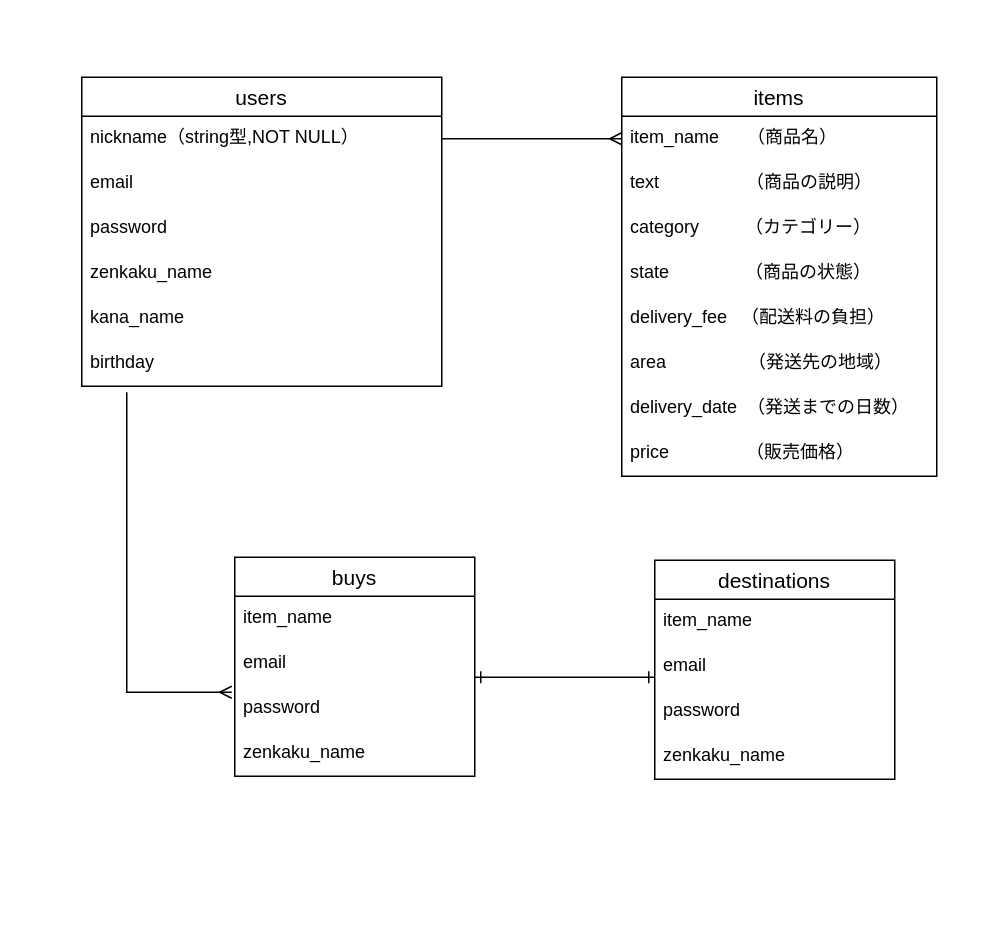
starlikeleo/furima-30944 keeps this draw.io diagram as furima.dio. Above is the earlier version. Source tidied: cells renumbered, new cells numbered last; positions are measured from the earlier drawing's top-left corner, leaving out a move shared by most shapes. Both pictures are drawn from the tidied source at 150%, with x=0, y=0 at pixel (81, 76).
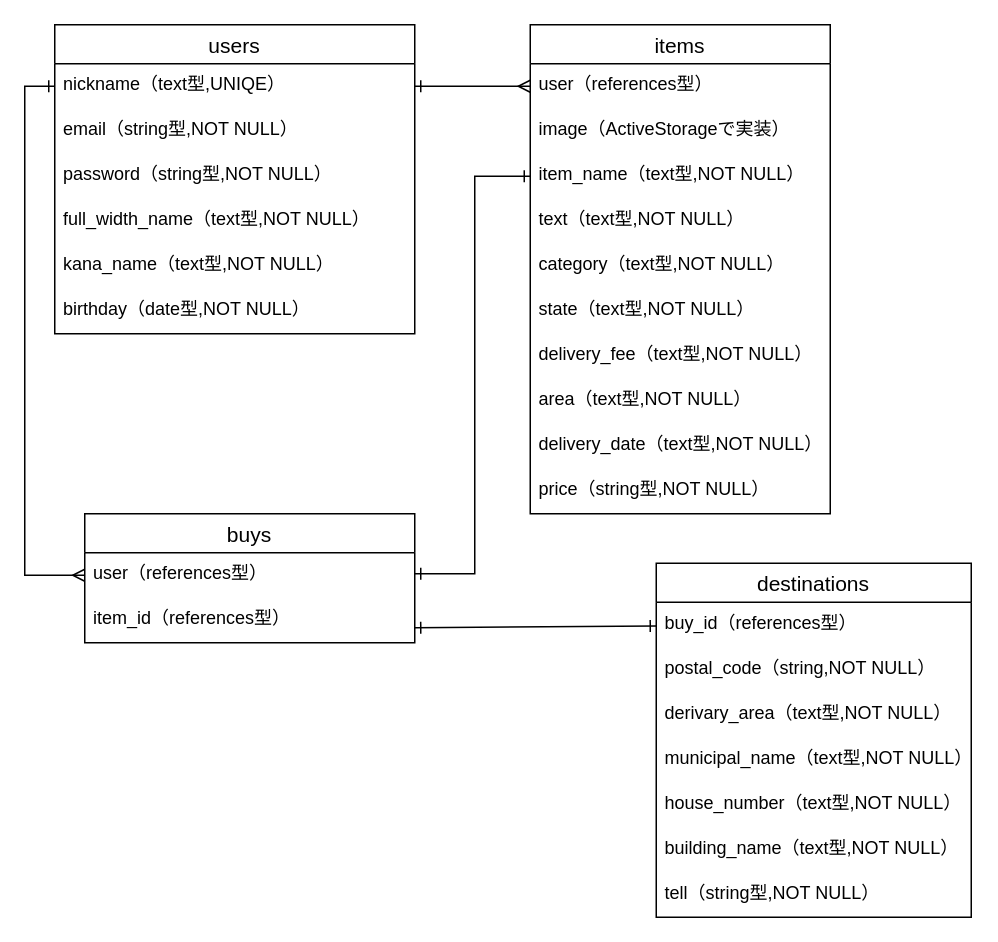
Above is the later version.

Commit message (it also covers changes not shown here):
ER作成、REDME記入

Change to the diagram source:
```diff
@@
     <mxCell id="2" value="users" style="swimlane;fontStyle=0;horizontal=1;startSize=26;align=center;fontSize=14;" parent="1" vertex="1">
-      <mxGeometry width="240" height="206" as="geometry" />
+      <mxGeometry x="-18" y="-35" width="240" height="206" as="geometry" />
     </mxCell>
-    <mxCell id="3" value="nickname（string型,NOT NULL）" style="text;strokeColor=none;fillColor=none;spacingLeft=4;spacingRight=4;overflow=hidden;points=[[0,0.5],[1,0.5]];portConstraint=eastwest;fontSize=12;" parent="2" vertex="1">
+    <mxCell id="3" value="nickname（text型,UNIQE）" style="text;strokeColor=none;fillColor=none;spacingLeft=4;spacingRight=4;overflow=hidden;points=[[0,0.5],[1,0.5]];portConstraint=eastwest;fontSize=12;" parent="2" vertex="1">
       <mxGeometry y="26" width="240" height="30" as="geometry" />
     </mxCell>
-    <mxCell id="4" value="email" style="text;strokeColor=none;fillColor=none;spacingLeft=4;spacingRight=4;overflow=hidden;fontSize=12;" parent="2" vertex="1">
+    <mxCell id="4" value="email（string型,NOT NULL）" style="text;strokeColor=none;fillColor=none;spacingLeft=4;spacingRight=4;overflow=hidden;fontSize=12;" parent="2" vertex="1">
       <mxGeometry y="56" width="240" height="30" as="geometry" />
     </mxCell>
-    <mxCell id="5" value="password" style="text;strokeColor=none;fillColor=none;spacingLeft=4;spacingRight=4;overflow=hidden;fontSize=12;" parent="2" vertex="1">
+    <mxCell id="5" value="password（string型,NOT NULL）" style="text;strokeColor=none;fillColor=none;spacingLeft=4;spacingRight=4;overflow=hidden;fontSize=12;" parent="2" vertex="1">
       <mxGeometry y="86" width="240" height="30" as="geometry" />
     </mxCell>
-    <mxCell id="6" value="zenkaku_name" style="text;strokeColor=none;fillColor=none;spacingLeft=4;spacingRight=4;overflow=hidden;fontSize=12;" parent="2" vertex="1">
+    <mxCell id="6" value="full_width_name（text型,NOT NULL）" style="text;strokeColor=none;fillColor=none;spacingLeft=4;spacingRight=4;overflow=hidden;fontSize=12;" parent="2" vertex="1">
       <mxGeometry y="116" width="240" height="30" as="geometry" />
     </mxCell>
-    <mxCell id="7" value="kana_name" style="text;strokeColor=none;fillColor=none;spacingLeft=4;spacingRight=4;overflow=hidden;fontSize=12;" parent="2" vertex="1">
+    <mxCell id="7" value="kana_name（text型,NOT NULL）" style="text;strokeColor=none;fillColor=none;spacingLeft=4;spacingRight=4;overflow=hidden;fontSize=12;" parent="2" vertex="1">
       <mxGeometry y="146" width="240" height="30" as="geometry" />
     </mxCell>
-    <mxCell id="8" value="birthday" style="text;strokeColor=none;fillColor=none;spacingLeft=4;spacingRight=4;overflow=hidden;fontSize=12;" parent="2" vertex="1">
+    <mxCell id="8" value="birthday（date型,NOT NULL）" style="text;strokeColor=none;fillColor=none;spacingLeft=4;spacingRight=4;overflow=hidden;fontSize=12;" parent="2" vertex="1">
       <mxGeometry y="176" width="240" height="30" as="geometry" />
     </mxCell>
     <mxCell id="9" value="items" style="swimlane;fontStyle=0;horizontal=1;startSize=26;align=center;fontSize=14;" parent="1" vertex="1">
-      <mxGeometry x="360" width="210" height="266" as="geometry" />
+      <mxGeometry x="299" y="-35" width="200" height="326" as="geometry" />
     </mxCell>
+    <mxCell id="32" value="user（references型）" style="text;strokeColor=none;fillColor=none;spacingLeft=4;spacingRight=4;overflow=hidden;points=[[0,0.5],[1,0.5]];portConstraint=eastwest;fontSize=12;" parent="9" vertex="1">
+      <mxGeometry y="26" width="200" height="30" as="geometry" />
+    </mxCell>
-    <mxCell id="10" value="item_name　  （商品名）" style="text;strokeColor=none;fillColor=none;spacingLeft=4;spacingRight=4;overflow=hidden;points=[[0,0.5],[1,0.5]];portConstraint=eastwest;fontSize=12;" parent="9" vertex="1">
-      <mxGeometry y="26" width="210" height="30" as="geometry" />
+    <mxCell id="10" value="image（ActiveStorageで実装）" style="text;strokeColor=none;fillColor=none;spacingLeft=4;spacingRight=4;overflow=hidden;points=[[0,0.5],[1,0.5]];portConstraint=eastwest;fontSize=12;" parent="9" vertex="1">
+      <mxGeometry y="56" width="200" height="30" as="geometry" />
     </mxCell>
+    <mxCell id="33" value="item_name（text型,NOT NULL）" style="text;strokeColor=none;fillColor=none;spacingLeft=4;spacingRight=4;overflow=hidden;points=[[0,0.5],[1,0.5]];portConstraint=eastwest;fontSize=12;" parent="9" vertex="1">
+      <mxGeometry y="86" width="200" height="30" as="geometry" />
+    </mxCell>
-    <mxCell id="11" value="text　　　　   （商品の説明）" style="text;strokeColor=none;fillColor=none;spacingLeft=4;spacingRight=4;overflow=hidden;fontSize=12;" parent="9" vertex="1">
-      <mxGeometry y="56" width="210" height="30" as="geometry" />
+    <mxCell id="11" value="text（text型,NOT NULL）" style="text;strokeColor=none;fillColor=none;spacingLeft=4;spacingRight=4;overflow=hidden;fontSize=12;" parent="9" vertex="1">
+      <mxGeometry y="116" width="200" height="30" as="geometry" />
     </mxCell>
-    <mxCell id="12" value="category　　  （カテゴリー）" style="text;strokeColor=none;fillColor=none;spacingLeft=4;spacingRight=4;overflow=hidden;points=[[0,0.5],[1,0.5]];portConstraint=eastwest;fontSize=12;" parent="9" vertex="1">
-      <mxGeometry y="86" width="210" height="30" as="geometry" />
+    <mxCell id="12" value="category（text型,NOT NULL）" style="text;strokeColor=none;fillColor=none;spacingLeft=4;spacingRight=4;overflow=hidden;points=[[0,0.5],[1,0.5]];portConstraint=eastwest;fontSize=12;" parent="9" vertex="1">
+      <mxGeometry y="146" width="200" height="30" as="geometry" />
     </mxCell>
-    <mxCell id="13" value="state　      　  （商品の状態）" style="text;strokeColor=none;fillColor=none;spacingLeft=4;spacingRight=4;overflow=hidden;fontSize=12;" parent="9" vertex="1">
-      <mxGeometry y="116" width="210" height="30" as="geometry" />
+    <mxCell id="13" value="state（text型,NOT NULL）" style="text;strokeColor=none;fillColor=none;spacingLeft=4;spacingRight=4;overflow=hidden;fontSize=12;" parent="9" vertex="1">
+      <mxGeometry y="176" width="200" height="30" as="geometry" />
     </mxCell>
-    <mxCell id="14" value="delivery_fee 　（配送料の負担）" style="text;strokeColor=none;fillColor=none;spacingLeft=4;spacingRight=4;overflow=hidden;fontSize=12;" parent="9" vertex="1">
-      <mxGeometry y="146" width="210" height="30" as="geometry" />
+    <mxCell id="14" value="delivery_fee（text型,NOT NULL）" style="text;strokeColor=none;fillColor=none;spacingLeft=4;spacingRight=4;overflow=hidden;fontSize=12;" parent="9" vertex="1">
+      <mxGeometry y="206" width="200" height="30" as="geometry" />
     </mxCell>
-    <mxCell id="15" value="area　　　　  （発送先の地域）" style="text;strokeColor=none;fillColor=none;spacingLeft=4;spacingRight=4;overflow=hidden;fontSize=12;" parent="9" vertex="1">
-      <mxGeometry y="176" width="210" height="30" as="geometry" />
+    <mxCell id="15" value="area（text型,NOT NULL）" style="text;strokeColor=none;fillColor=none;spacingLeft=4;spacingRight=4;overflow=hidden;fontSize=12;" parent="9" vertex="1">
+      <mxGeometry y="236" width="200" height="30" as="geometry" />
     </mxCell>
-    <mxCell id="16" value="delivery_date  （発送までの日数）" style="text;strokeColor=none;fillColor=none;spacingLeft=4;spacingRight=4;overflow=hidden;fontSize=12;" parent="9" vertex="1">
-      <mxGeometry y="206" width="210" height="30" as="geometry" />
+    <mxCell id="16" value="delivery_date（text型,NOT NULL）" style="text;strokeColor=none;fillColor=none;spacingLeft=4;spacingRight=4;overflow=hidden;fontSize=12;" parent="9" vertex="1">
+      <mxGeometry y="266" width="200" height="30" as="geometry" />
     </mxCell>
-    <mxCell id="17" value="price　　　　 （販売価格）" style="text;strokeColor=none;fillColor=none;spacingLeft=4;spacingRight=4;overflow=hidden;fontSize=12;" parent="9" vertex="1">
-      <mxGeometry y="236" width="210" height="30" as="geometry" />
+    <mxCell id="17" value="price（string型,NOT NULL）" style="text;strokeColor=none;fillColor=none;spacingLeft=4;spacingRight=4;overflow=hidden;fontSize=12;" parent="9" vertex="1">
+      <mxGeometry y="296" width="200" height="30" as="geometry" />
     </mxCell>
@@
     <mxCell id="19" value="buys" style="swimlane;fontStyle=0;horizontal=1;startSize=26;align=center;fontSize=14;" parent="1" vertex="1">
-      <mxGeometry x="102" y="320" width="160" height="146" as="geometry" />
+      <mxGeometry x="2" y="291" width="220" height="86" as="geometry" />
     </mxCell>
-    <mxCell id="20" value="item_name" style="text;strokeColor=none;fillColor=none;spacingLeft=4;spacingRight=4;overflow=hidden;fontSize=12;" parent="19" vertex="1">
-      <mxGeometry y="26" width="160" height="30" as="geometry" />
-    </mxCell>
-    <mxCell id="21" value="email" style="text;strokeColor=none;fillColor=none;spacingLeft=4;spacingRight=4;overflow=hidden;fontSize=12;" parent="19" vertex="1">
-      <mxGeometry y="56" width="160" height="30" as="geometry" />
-    </mxCell>
-    <mxCell id="22" value="password" style="text;strokeColor=none;fillColor=none;spacingLeft=4;spacingRight=4;overflow=hidden;fontSize=12;" parent="19" vertex="1">
-      <mxGeometry y="86" width="160" height="30" as="geometry" />
-    </mxCell>
+    <mxCell id="34" value="user（references型）" style="text;strokeColor=none;fillColor=none;spacingLeft=4;spacingRight=4;overflow=hidden;points=[[0,0.5],[1,0.5]];portConstraint=eastwest;fontSize=12;" parent="19" vertex="1">
+      <mxGeometry y="26" width="220" height="30" as="geometry" />
+    </mxCell>
-    <mxCell id="23" value="zenkaku_name" style="text;strokeColor=none;fillColor=none;spacingLeft=4;spacingRight=4;overflow=hidden;fontSize=12;" parent="19" vertex="1">
-      <mxGeometry y="116" width="160" height="30" as="geometry" />
+    <mxCell id="23" value="item_id（references型）" style="text;strokeColor=none;fillColor=none;spacingLeft=4;spacingRight=4;overflow=hidden;fontSize=12;" parent="19" vertex="1">
+      <mxGeometry y="56" width="220" height="30" as="geometry" />
     </mxCell>
     <mxCell id="24" value="destinations" style="swimlane;fontStyle=0;horizontal=1;startSize=26;align=center;fontSize=14;" parent="1" vertex="1">
-      <mxGeometry x="382" y="322" width="160" height="146" as="geometry" />
+      <mxGeometry x="383" y="324" width="210" height="236" as="geometry" />
     </mxCell>
-    <mxCell id="25" value="item_name" style="text;strokeColor=none;fillColor=none;spacingLeft=4;spacingRight=4;overflow=hidden;points=[[0,0.5],[1,0.5]];portConstraint=eastwest;fontSize=12;" parent="24" vertex="1">
-      <mxGeometry y="26" width="160" height="30" as="geometry" />
+    <mxCell id="25" value="buy_id（references型）" style="text;strokeColor=none;fillColor=none;spacingLeft=4;spacingRight=4;overflow=hidden;points=[[0,0.5],[1,0.5]];portConstraint=eastwest;fontSize=12;" parent="24" vertex="1">
+      <mxGeometry y="26" width="210" height="30" as="geometry" />
     </mxCell>
+    <mxCell id="35" value="postal_code（string,NOT NULL）" style="text;strokeColor=none;fillColor=none;spacingLeft=4;spacingRight=4;overflow=hidden;fontSize=12;" parent="24" vertex="1">
+      <mxGeometry y="56" width="210" height="30" as="geometry" />
+    </mxCell>
+    <mxCell id="36" value="derivary_area（text型,NOT NULL）" style="text;strokeColor=none;fillColor=none;spacingLeft=4;spacingRight=4;overflow=hidden;fontSize=12;" parent="24" vertex="1">
+      <mxGeometry y="86" width="210" height="30" as="geometry" />
+    </mxCell>
+    <mxCell id="37" value="municipal_name（text型,NOT NULL）" style="text;strokeColor=none;fillColor=none;spacingLeft=4;spacingRight=4;overflow=hidden;fontSize=12;" parent="24" vertex="1">
+      <mxGeometry y="116" width="210" height="30" as="geometry" />
+    </mxCell>
-    <mxCell id="26" value="email" style="text;strokeColor=none;fillColor=none;spacingLeft=4;spacingRight=4;overflow=hidden;fontSize=12;" parent="24" vertex="1">
-      <mxGeometry y="56" width="160" height="30" as="geometry" />
+    <mxCell id="26" value="house_number（text型,NOT NULL）" style="text;strokeColor=none;fillColor=none;spacingLeft=4;spacingRight=4;overflow=hidden;fontSize=12;" parent="24" vertex="1">
+      <mxGeometry y="146" width="210" height="30" as="geometry" />
     </mxCell>
-    <mxCell id="27" value="password" style="text;strokeColor=none;fillColor=none;spacingLeft=4;spacingRight=4;overflow=hidden;fontSize=12;" parent="24" vertex="1">
-      <mxGeometry y="86" width="160" height="30" as="geometry" />
+    <mxCell id="27" value="building_name（text型,NOT NULL）" style="text;strokeColor=none;fillColor=none;spacingLeft=4;spacingRight=4;overflow=hidden;fontSize=12;" parent="24" vertex="1">
+      <mxGeometry y="176" width="210" height="30" as="geometry" />
     </mxCell>
-    <mxCell id="28" value="zenkaku_name" style="text;strokeColor=none;fillColor=none;spacingLeft=4;spacingRight=4;overflow=hidden;fontSize=12;" parent="24" vertex="1">
-      <mxGeometry y="116" width="160" height="30" as="geometry" />
+    <mxCell id="28" value="tell（string型,NOT NULL）" style="text;strokeColor=none;fillColor=none;spacingLeft=4;spacingRight=4;overflow=hidden;fontSize=12;" parent="24" vertex="1">
+      <mxGeometry y="206" width="210" height="30" as="geometry" />
     </mxCell>
-    <mxCell id="29" style="edgeStyle=orthogonalEdgeStyle;rounded=0;jettySize=auto;html=1;exitX=1;exitY=0.5;exitDx=0;exitDy=0;endArrow=ERmany;endFill=0;entryX=0;entryY=0.5;entryDx=0;entryDy=0;" parent="1" edge="1" source="3" target="10">
-      <mxGeometry relative="1" as="geometry" />
-    </mxCell>
-    <mxCell id="30" style="edgeStyle=orthogonalEdgeStyle;rounded=0;orthogonalLoop=1;jettySize=auto;html=1;endArrow=ERmany;endFill=0;" parent="1" edge="1">
-      <mxGeometry relative="1" as="geometry">
-        <mxPoint x="30" y="210" as="sourcePoint" />
-        <mxPoint x="100" y="410" as="targetPoint" />
-        <Array as="points">
-          <mxPoint x="30" y="393" />
-          <mxPoint x="30" y="393" />
-        </Array>
-      </mxGeometry>
-    </mxCell>
-    <mxCell id="31" style="edgeStyle=orthogonalEdgeStyle;rounded=0;orthogonalLoop=1;jettySize=auto;html=1;exitX=1;exitY=0.5;exitDx=0;exitDy=0;endArrow=ERone;endFill=0;startArrow=ERone;startFill=0;" parent="1" edge="1">
-      <mxGeometry relative="1" as="geometry">
-        <mxPoint x="262" y="400" as="sourcePoint" />
-        <mxPoint x="382" y="400" as="targetPoint" />
-      </mxGeometry>
-    </mxCell>
+    <mxCell id="38" style="endArrow=ERmany;html=1;rounded=0;startArrow=ERone;startFill=0;endFill=0;exitX=1;exitY=0.5;exitDx=0;exitDy=0;entryX=0;entryY=0.5;entryDx=0;entryDy=0;" parent="1" edge="1" source="3" target="32">
+      <mxGeometry relative="1" as="geometry" />
+    </mxCell>
+    <mxCell id="39" style="endArrow=ERone;html=1;rounded=0;endFill=0;startArrow=ERone;startFill=0;exitX=1;exitY=0.5;exitDx=0;exitDy=0;" parent="1" edge="1" target="25">
+      <mxGeometry relative="1" as="geometry">
+        <mxPoint x="222" y="367" as="sourcePoint" />
+      </mxGeometry>
+    </mxCell>
+    <mxCell id="40" style="endArrow=ERmany;html=1;rounded=0;startArrow=ERone;startFill=0;endFill=0;entryX=0;entryY=0.5;entryDx=0;entryDy=0;exitX=0;exitY=0.5;exitDx=0;exitDy=0;" parent="1" edge="1" source="3" target="34">
+      <mxGeometry relative="1" as="geometry">
+        <Array as="points">
+          <mxPoint x="-38" y="6" />
+          <mxPoint x="-38" y="332" />
+        </Array>
+      </mxGeometry>
+    </mxCell>
+    <mxCell id="41" style="endArrow=ERone;html=1;rounded=0;endFill=0;startArrow=ERone;startFill=0;entryX=0;entryY=0.5;entryDx=0;entryDy=0;" parent="1" edge="1" target="33">
+      <mxGeometry relative="1" as="geometry">
+        <mxPoint x="222" y="331" as="sourcePoint" />
+        <Array as="points">
+          <mxPoint x="262" y="331" />
+          <mxPoint x="262" y="66" />
+        </Array>
+      </mxGeometry>
+    </mxCell>
```
